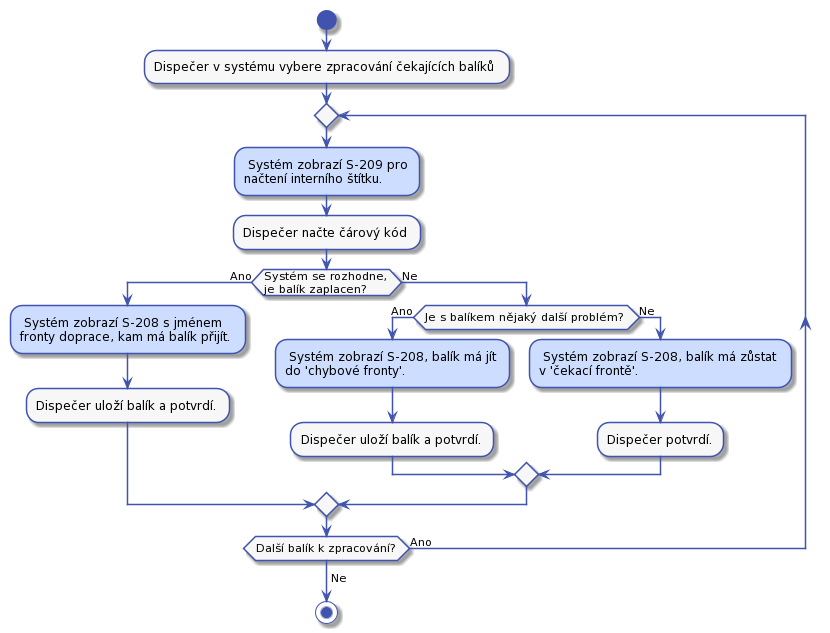
Above: diagrams/out/uc-22-activity.png in Internet-Handel/postman (PlantUML), before the change.
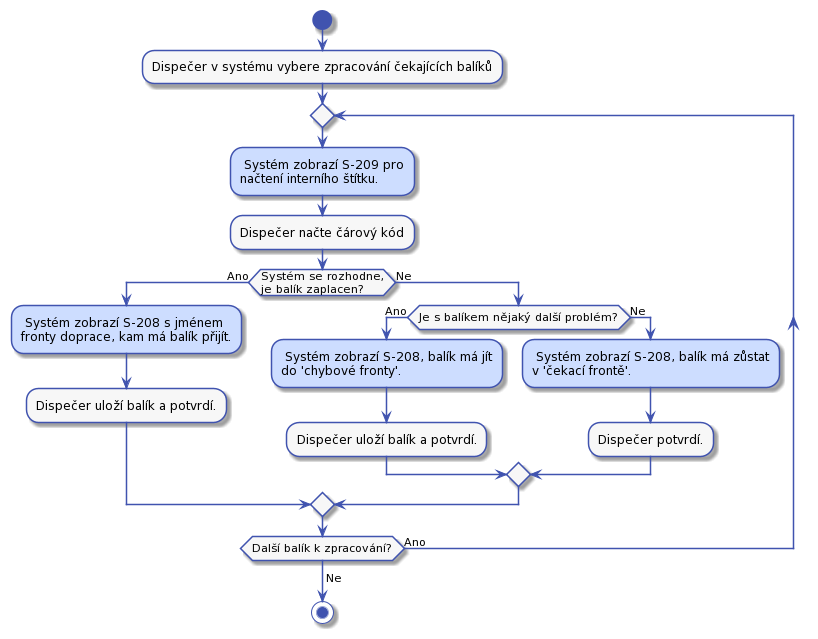
After the change.

The edit, as a diff of the source:
```diff
@@ -1,62 +1,65 @@
 @startuml
+!$col1 = "#F7F7F7"
 
+!$col2 = "#CDDDFF"
 
+!$col4 = "#4053AF"
 
 skinparam activity {
-    BorderColor #4053AF
-    ArrowColor #4053AF
+    BorderColor $col4
+    ArrowColor $col4
     FontName Roboto
-    BackgroundColor #F7F7F7
-    StartColor #4053AF
-    EndColor #4053AF
+    BackgroundColor $col1
+    StartColor $col4
+    EndColor $col4
 }
 
 skinparam activityDiamond {
-    BorderColor #4053AF
-    ArrowColor #4053AF
+    BorderColor $col4
+    ArrowColor $col4
     FontName Roboto
-    BackgroundColor #F7F7F7
+    BackgroundColor $col1
 }
 
 skinparam actor {
-    BorderColor #4053AF
-    ArrowColor #4053AF
+    BorderColor $col4
+    ArrowColor $col4
     FontName Roboto
-    BackgroundColor #F7F7F7
+    BackgroundColor $col1
 }
 
 skinparam useCase {
-    BorderColor #4053AF
-    ArrowColor #4053AF
+    BorderColor $col4
+    ArrowColor $col4
     FontName Roboto
-    BackgroundColor #F7F7F7
+    BackgroundColor $col1
 }
 
 skinparam state {
-    BorderColor #4053AF
-    ArrowColor #4053AF
+    BorderColor $col4
+    ArrowColor $col4
     FontName Roboto
-    BackgroundColor #F7F7F7
+    BackgroundColor $col1
 }
 
 skinparam sequence {
-    ParticipantBorderColor #4053AF
-    ParticipantBackgroundColor #F7F7F7
+    ParticipantBorderColor $col4
+    ParticipantBackgroundColor $col1
 }
 
 skinparam note {
-    BorderColor #4053AF
-    BackgroundColor #F7F7F7
+    BorderColor $col4
+    BackgroundColor $col1
 }
 
 skinparam object {
-    BorderColor #4053AF
-    BackgroundColor #F7F7F7
+    BorderColor $col4
+    BackgroundColor $col1
 }
 
 skinparam class {
-    BorderColor #4053AF
-    BackgroundColor #F7F7F7
+    BorderColor $col4
+    BackgroundColor $col1
 }
 
 
@@ -64,7 +67,7 @@
 
 :Dispečer v systému vybere zpracování čekajících balíků;
 repeat
-    #CDDDFF: Systém zobrazí S-209 pro
+    $col2: Systém zobrazí S-209 pro
     načtení interního štítku.;
     :Dispečer načte čárový kód;
     if (Systém se rozhodne,\nje balík zaplacen?) then (Ano)
```
